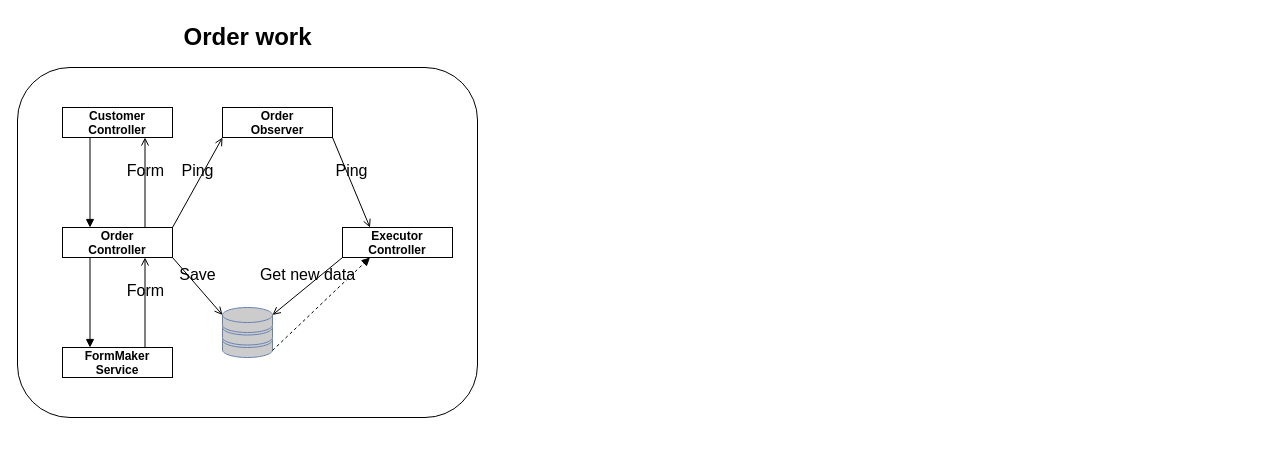
This is architecture/architectural overview.drawio from mxdnxghts/ScienceAtrium, a draw.io file, before an edit. Source tidied: cells renumbered, new cells numbered last; positions are measured from the earlier drawing's top-left corner, leaving out a move shared by most shapes. Both pictures are drawn from the tidied source at 100%, with x=0, y=0 at pixel (17, 17).
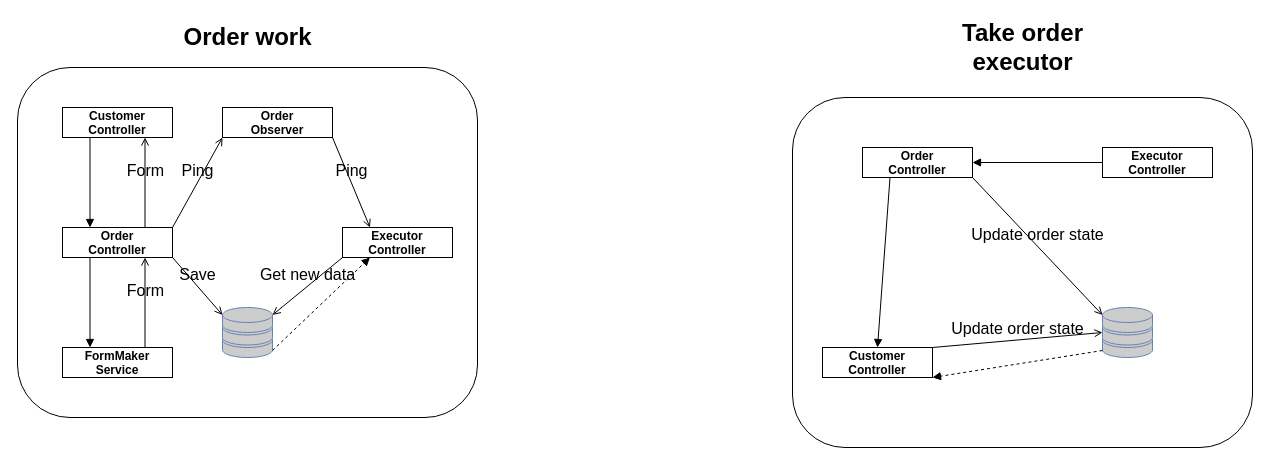
The same diagram, later.

Commit message:
Added take order executor structure.

Diff of the diagram source:
```diff
@@
+    <mxCell id="19" style="rounded=1;whiteSpace=wrap;html=1;fontSize=16;fillColor=none;" parent="1" vertex="1">
+      <mxGeometry x="775" y="80" width="460" height="350" as="geometry" />
+    </mxCell>
@@
+    <mxCell id="20" value="Executor&#10;Controller" style="fontStyle=1;" parent="1" vertex="1">
+      <mxGeometry x="1085" y="130" width="110" height="30" as="geometry" />
+    </mxCell>
+    <mxCell id="21" value="Take order&lt;br&gt;executor" style="text;strokeColor=none;fillColor=none;html=1;fontSize=24;fontStyle=1;verticalAlign=middle;align=center;" parent="1" vertex="1">
+      <mxGeometry x="925" width="160" height="60" as="geometry" />
+    </mxCell>
+    <mxCell id="22" value="Order&#10;Controller" style="fontStyle=1;" parent="1" vertex="1">
+      <mxGeometry x="845" y="130" width="110" height="30" as="geometry" />
+    </mxCell>
+    <mxCell id="23" style="html=1;verticalAlign=bottom;labelBackgroundColor=none;endArrow=block;endFill=1;entryX=1;entryY=0.5;entryDx=0;entryDy=0;exitX=0;exitY=0.5;exitDx=0;exitDy=0;" parent="1" edge="1" source="20" target="22">
+      <mxGeometry relative="1" as="geometry" />
+    </mxCell>
+    <mxCell id="24" value="Customer&#10;Controller" style="fontStyle=1;" parent="1" vertex="1">
+      <mxGeometry x="805" y="330" width="110" height="30" as="geometry" />
+    </mxCell>
+    <mxCell id="25" style="html=1;verticalAlign=bottom;labelBackgroundColor=none;endArrow=block;endFill=1;exitX=0.25;exitY=1;exitDx=0;exitDy=0;entryX=0.5;entryY=0;entryDx=0;entryDy=0;" parent="1" edge="1" source="22" target="24">
+      <mxGeometry relative="1" as="geometry" />
+    </mxCell>
+    <mxCell id="26" style="fontColor=#0066CC;verticalAlign=top;verticalLabelPosition=bottom;labelPosition=center;align=center;html=1;outlineConnect=0;fillColor=#CCCCCC;strokeColor=#6881B3;gradientColor=none;gradientDirection=north;strokeWidth=2;shape=mxgraph.networks.storage;" parent="1" vertex="1">
+      <mxGeometry x="1085" y="290" width="50" height="50" as="geometry" />
+    </mxCell>
+    <mxCell id="27" value="&lt;font style=&quot;font-size: 16px;&quot;&gt;Update order state&lt;/font&gt;" style="html=1;verticalAlign=bottom;labelBackgroundColor=none;endArrow=open;endFill=0;exitX=1;exitY=1;exitDx=0;exitDy=0;entryX=0;entryY=0.15;entryDx=0;entryDy=0;entryPerimeter=0;" parent="1" edge="1" source="22" target="26">
+      <mxGeometry relative="1" as="geometry" />
+    </mxCell>
+    <mxCell id="28" value="&lt;font style=&quot;font-size: 16px;&quot;&gt;Update order state&lt;/font&gt;" style="html=1;verticalAlign=bottom;labelBackgroundColor=none;endArrow=open;endFill=0;exitX=1;exitY=0;exitDx=0;exitDy=0;entryX=0;entryY=0.5;entryDx=0;entryDy=0;entryPerimeter=0;" parent="1" edge="1" source="24" target="26">
+      <mxGeometry relative="1" as="geometry" />
+    </mxCell>
+    <mxCell id="29" style="html=1;verticalAlign=bottom;labelBackgroundColor=none;endArrow=block;endFill=1;dashed=1;fontSize=16;exitX=0;exitY=0.86;exitDx=0;exitDy=0;exitPerimeter=0;entryX=1;entryY=1;entryDx=0;entryDy=0;" parent="1" edge="1" source="26" target="24">
+      <mxGeometry relative="1" as="geometry" />
+    </mxCell>
```
